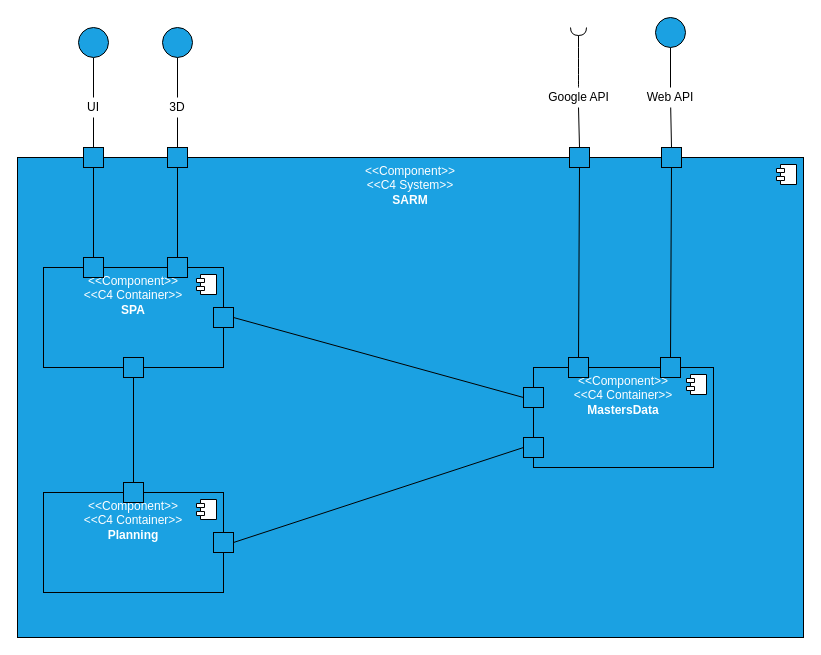
The draw.io diagram docs/L2/Implementation_View.drawio in Rodrick0209/ISEP-SEM5PI-24-25, before the edit. Source tidied: cells renumbered, new cells numbered last; positions are measured from the earlier drawing's top-left corner, leaving out a move shared by most shapes. Both pictures are drawn from the tidied source at 100%, with x=0, y=0 at pixel (17, 17).
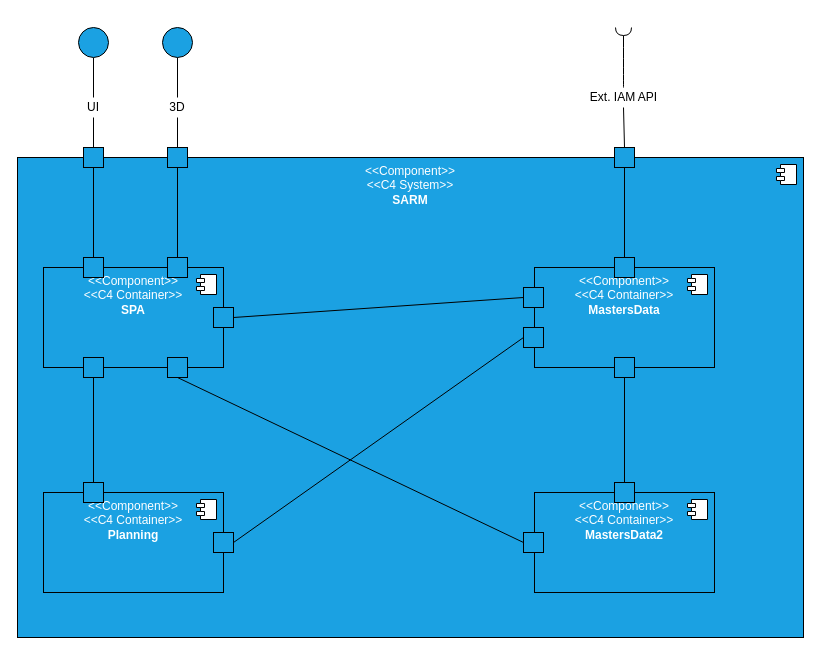
The same diagram, later.

Commit message (it also covers changes not shown here):
Updated Level 1 and 2 View Diagrams with the adding of the new Web API #25

Diff of the diagram source:
```diff
@@
     <mxCell id="22" style="whiteSpace=wrap;html=1;fillColor=#1ba1e2;fontColor=#ffffff;strokeColor=default;" parent="1" vertex="1">
-      <mxGeometry x="106" y="340" width="20" height="20" as="geometry" />
+      <mxGeometry x="66" y="340" width="20" height="20" as="geometry" />
     </mxCell>
     <mxCell id="23" style="whiteSpace=wrap;html=1;fillColor=#1ba1e2;fontColor=#ffffff;strokeColor=default;" parent="1" vertex="1">
-      <mxGeometry x="106" y="465" width="20" height="20" as="geometry" />
+      <mxGeometry x="66" y="465" width="20" height="20" as="geometry" />
     </mxCell>
@@
     <mxCell id="25" value="&amp;lt;&amp;lt;Component&amp;gt;&amp;gt;&lt;div&gt;&amp;lt;&amp;lt;C4 Container&lt;span style=&quot;background-color: initial;&quot;&gt;&amp;gt;&amp;gt;&lt;/span&gt;&lt;/div&gt;&lt;div style=&quot;padding-right: 0px;&quot;&gt;&lt;b&gt;MastersData&lt;/b&gt;&lt;/div&gt;" style="html=1;whiteSpace=wrap;horizontal=1;verticalAlign=top;fillColor=#1ba1e2;fontColor=#ffffff;strokeColor=default;" parent="1" vertex="1">
-      <mxGeometry x="516" y="350" width="180" height="100" as="geometry" />
+      <mxGeometry x="517" y="250" width="180" height="100" as="geometry" />
     </mxCell>
@@
     <mxCell id="29" style="whiteSpace=wrap;html=1;fillColor=#1ba1e2;fontColor=#ffffff;strokeColor=default;" parent="1" vertex="1">
-      <mxGeometry x="506" y="370" width="20" height="20" as="geometry" />
+      <mxGeometry x="506" y="270" width="20" height="20" as="geometry" />
     </mxCell>
     <mxCell id="30" style="whiteSpace=wrap;html=1;fillColor=#1ba1e2;fontColor=#ffffff;strokeColor=default;" parent="1" vertex="1">
-      <mxGeometry x="506" y="420" width="20" height="20" as="geometry" />
+      <mxGeometry x="506" y="310" width="20" height="20" as="geometry" />
     </mxCell>
@@
-    <mxCell id="33" style="whiteSpace=wrap;html=1;fillColor=#1ba1e2;fontColor=#ffffff;strokeColor=default;" parent="1" vertex="1">
-      <mxGeometry x="644" y="130" width="20" height="20" as="geometry" />
-    </mxCell>
-    <mxCell id="34" style="whiteSpace=wrap;html=1;fillColor=#1ba1e2;fontColor=#ffffff;strokeColor=default;" parent="1" vertex="1">
-      <mxGeometry x="643" y="340" width="20" height="20" as="geometry" />
-    </mxCell>
-    <mxCell id="35" style="endArrow=none;html=1;rounded=0;entryX=0.5;entryY=1;entryDx=0;entryDy=0;exitX=0.5;exitY=0;exitDx=0;exitDy=0;" parent="1" edge="1" source="34" target="33">
-      <mxGeometry relative="1" as="geometry" />
-    </mxCell>
-    <mxCell id="36" style="endArrow=none;html=1;rounded=0;exitX=0.5;exitY=0;exitDx=0;exitDy=0;entryX=0.5;entryY=1;entryDx=0;entryDy=0;" parent="1" edge="1" source="39" target="37">
-      <mxGeometry relative="1" as="geometry" />
-    </mxCell>
-    <mxCell id="37" style="ellipse;whiteSpace=wrap;html=1;fillColor=#1ba1e2;fontColor=#ffffff;strokeColor=default;" parent="1" vertex="1">
-      <mxGeometry x="638" width="30" height="30" as="geometry" />
-    </mxCell>
-    <mxCell id="38" style="endArrow=none;html=1;rounded=0;exitX=0.5;exitY=0;exitDx=0;exitDy=0;" parent="1" edge="1" source="33" target="39">
-      <mxGeometry relative="1" as="geometry" />
-    </mxCell>
-    <mxCell id="39" value="Web API" style="text;html=1;align=center;verticalAlign=middle;whiteSpace=wrap;rounded=0;" parent="1" vertex="1">
-      <mxGeometry x="626" y="70" width="54" height="20" as="geometry" />
-    </mxCell>
     <mxCell id="40" style="whiteSpace=wrap;html=1;fillColor=#1ba1e2;fontColor=#ffffff;strokeColor=default;" parent="1" vertex="1">
-      <mxGeometry x="552" y="130" width="20" height="20" as="geometry" />
+      <mxGeometry x="597" y="130" width="20" height="20" as="geometry" />
     </mxCell>
     <mxCell id="41" style="whiteSpace=wrap;html=1;fillColor=#1ba1e2;fontColor=#ffffff;strokeColor=default;" parent="1" vertex="1">
-      <mxGeometry x="551" y="340" width="20" height="20" as="geometry" />
+      <mxGeometry x="597" y="240" width="20" height="20" as="geometry" />
     </mxCell>
@@
     <mxCell id="43" style="endArrow=none;html=1;rounded=0;exitX=0.5;exitY=0;exitDx=0;exitDy=0;" parent="1" edge="1" source="40">
       <mxGeometry relative="1" as="geometry">
-        <mxPoint x="561" y="90" as="targetPoint" />
+        <mxPoint x="606" y="90" as="targetPoint" />
       </mxGeometry>
     </mxCell>
-    <mxCell id="44" value="Google API" style="text;html=1;align=center;verticalAlign=middle;whiteSpace=wrap;rounded=0;" parent="1" vertex="1">
-      <mxGeometry x="525.5" y="70" width="71" height="20" as="geometry" />
+    <mxCell id="44" value="Ext. IAM API" style="text;html=1;align=center;verticalAlign=middle;whiteSpace=wrap;rounded=0;" parent="1" vertex="1">
+      <mxGeometry x="570.5" y="70" width="71" height="20" as="geometry" />
     </mxCell>
     <mxCell id="45" style="rounded=0;jettySize=auto;html=1;endArrow=halfCircle;endFill=0;endSize=6;strokeWidth=1;sketch=0;fontSize=12;curved=1;" parent="1" edge="1" source="44">
       <mxGeometry relative="1" as="geometry">
-        <mxPoint x="561" y="10" as="targetPoint" />
+        <mxPoint x="606" y="10" as="targetPoint" />
       </mxGeometry>
     </mxCell>
@@
+    <mxCell id="47" value="&amp;lt;&amp;lt;Component&amp;gt;&amp;gt;&lt;div&gt;&amp;lt;&amp;lt;C4 Container&lt;span style=&quot;background-color: initial;&quot;&gt;&amp;gt;&amp;gt;&lt;/span&gt;&lt;/div&gt;&lt;div style=&quot;padding-right: 0px;&quot;&gt;&lt;b&gt;MastersData2&lt;/b&gt;&lt;/div&gt;" style="html=1;whiteSpace=wrap;horizontal=1;verticalAlign=top;fillColor=#1ba1e2;fontColor=#ffffff;strokeColor=default;" parent="1" vertex="1">
+      <mxGeometry x="517" y="475" width="180" height="100" as="geometry" />
+    </mxCell>
+    <mxCell id="48" style="shape=module;jettyWidth=8;jettyHeight=4;" parent="47" vertex="1">
+      <mxGeometry x="1" width="20" height="20" relative="1" as="geometry">
+        <mxPoint x="-27" y="7" as="offset" />
+      </mxGeometry>
+    </mxCell>
+    <mxCell id="49" style="whiteSpace=wrap;html=1;fillColor=#1ba1e2;fontColor=#ffffff;strokeColor=default;" parent="1" vertex="1">
+      <mxGeometry x="150" y="340" width="20" height="20" as="geometry" />
+    </mxCell>
+    <mxCell id="50" style="whiteSpace=wrap;html=1;fillColor=#1ba1e2;fontColor=#ffffff;strokeColor=default;" parent="1" vertex="1">
+      <mxGeometry x="506" y="515" width="20" height="20" as="geometry" />
+    </mxCell>
+    <mxCell id="51" style="endArrow=none;html=1;rounded=0;entryX=0.5;entryY=1;entryDx=0;entryDy=0;exitX=0;exitY=0.5;exitDx=0;exitDy=0;" parent="1" edge="1" source="50" target="49">
+      <mxGeometry relative="1" as="geometry" />
+    </mxCell>
+    <mxCell id="52" style="endArrow=none;html=1;rounded=0;entryX=0.5;entryY=1;entryDx=0;entryDy=0;exitX=0.5;exitY=0;exitDx=0;exitDy=0;" parent="1" edge="1" source="54">
+      <mxGeometry relative="1" as="geometry">
+        <mxPoint x="606.5" y="360" as="targetPoint" />
+      </mxGeometry>
+    </mxCell>
+    <mxCell id="53" style="endArrow=none;html=1;rounded=0;entryX=0.5;entryY=1;entryDx=0;entryDy=0;exitX=0.5;exitY=0;exitDx=0;exitDy=0;" parent="1" edge="1" source="56" target="54">
+      <mxGeometry relative="1" as="geometry" />
+    </mxCell>
+    <mxCell id="54" style="whiteSpace=wrap;html=1;fillColor=#1ba1e2;fontColor=#ffffff;strokeColor=default;" parent="1" vertex="1">
+      <mxGeometry x="597" y="340" width="20" height="20" as="geometry" />
+    </mxCell>
+    <mxCell id="55" style="endArrow=none;html=1;rounded=0;entryX=0.5;entryY=1;entryDx=0;entryDy=0;exitX=0.5;exitY=0;exitDx=0;exitDy=0;" parent="1" edge="1" target="56">
+      <mxGeometry relative="1" as="geometry">
+        <mxPoint x="606.5" y="465" as="sourcePoint" />
+      </mxGeometry>
+    </mxCell>
+    <mxCell id="56" style="whiteSpace=wrap;html=1;fillColor=#1ba1e2;fontColor=#ffffff;strokeColor=default;" parent="1" vertex="1">
+      <mxGeometry x="597" y="465" width="20" height="20" as="geometry" />
+    </mxCell>
```
